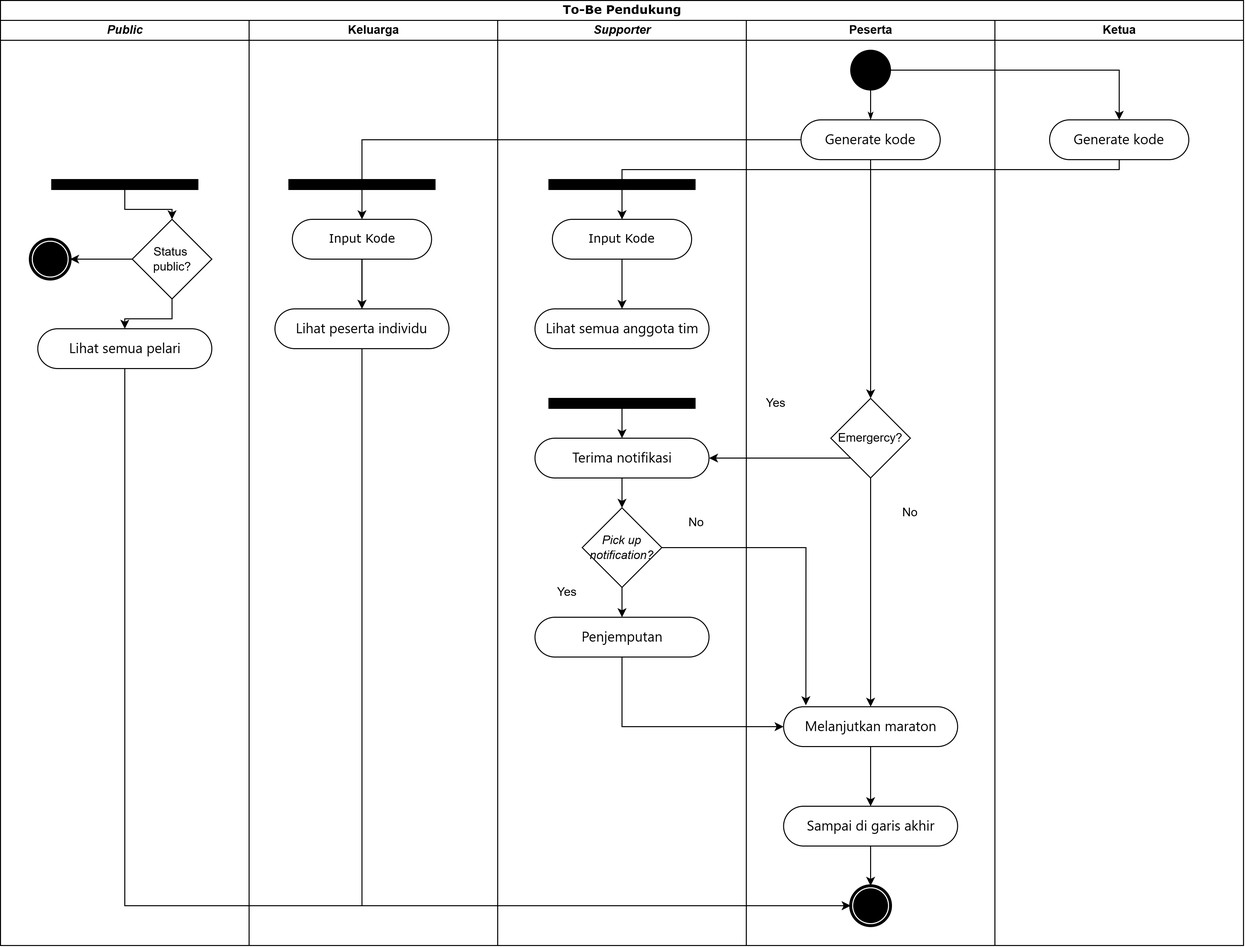
Earlier version of the draw.io export images/ToBePendukung.png (thaliafahira/Tugas-Akhir). Source tidied: cells renumbered, new cells last; positions are measured from the earlier drawing's top-left corner, leaving out a move shared by most shapes.
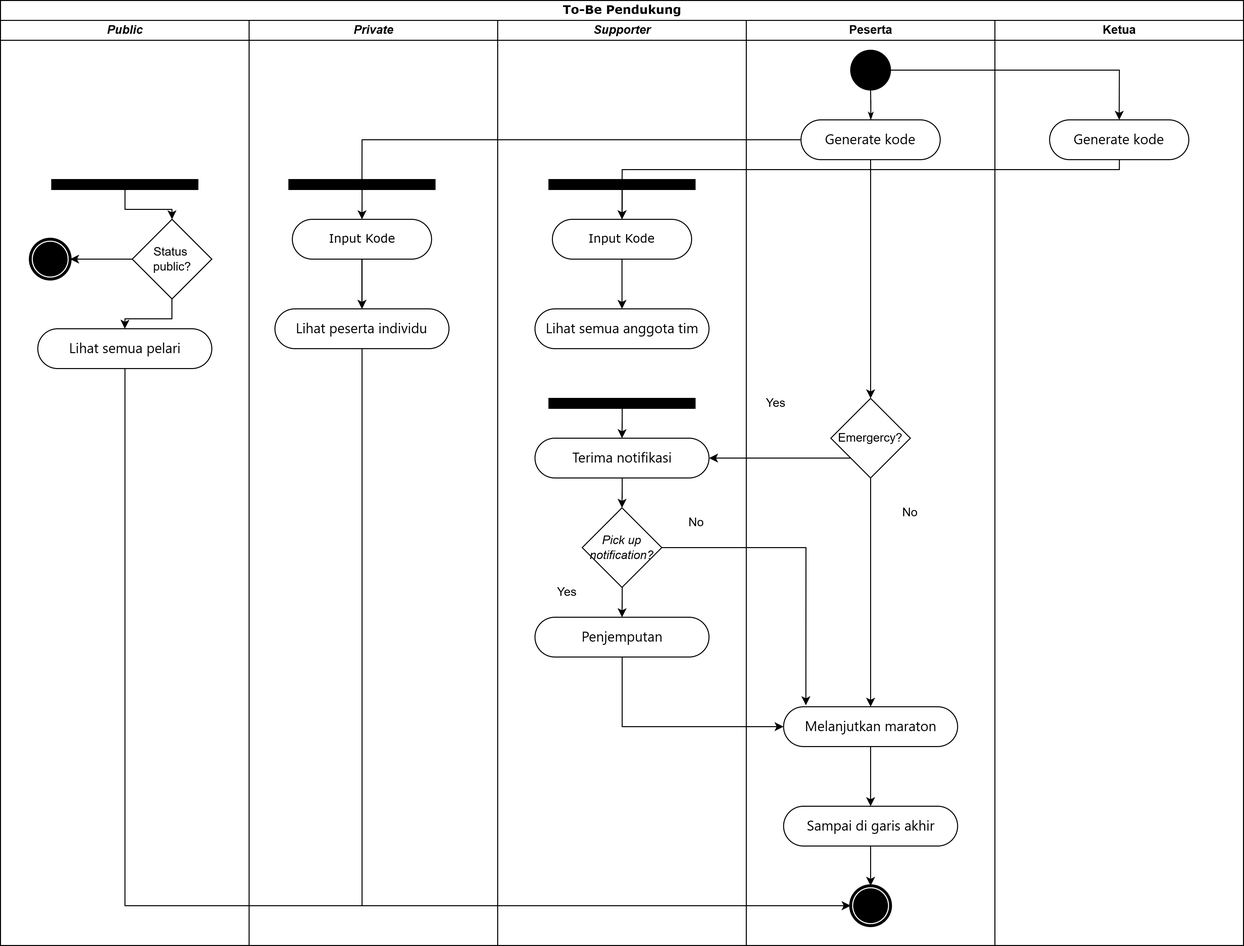
The same diagram one commit later.

Change to the diagram source:
```diff
@@ -8,7 +8,7 @@
     <mxCell id="3" value="Panitia" style="swimlane;html=1;startSize=20;" parent="2" vertex="1">
       <mxGeometry y="20" width="250" height="930" as="geometry" />
     </mxCell>
-    <mxCell id="4" value="Keluarga" style="swimlane;html=1;startSize=20;" parent="2" vertex="1">
+    <mxCell id="4" value="&lt;i&gt;Private&lt;/i&gt;" style="swimlane;html=1;startSize=20;" parent="2" vertex="1">
       <mxGeometry x="250" y="20" width="250" height="930" as="geometry" />
     </mxCell>
     <mxCell id="5" style="edgeStyle=orthogonalEdgeStyle;rounded=0;jettySize=auto;html=1;entryX=0.5;entryY=0;entryDx=0;entryDy=0;" parent="4" edge="1" source="6" target="9">
```
